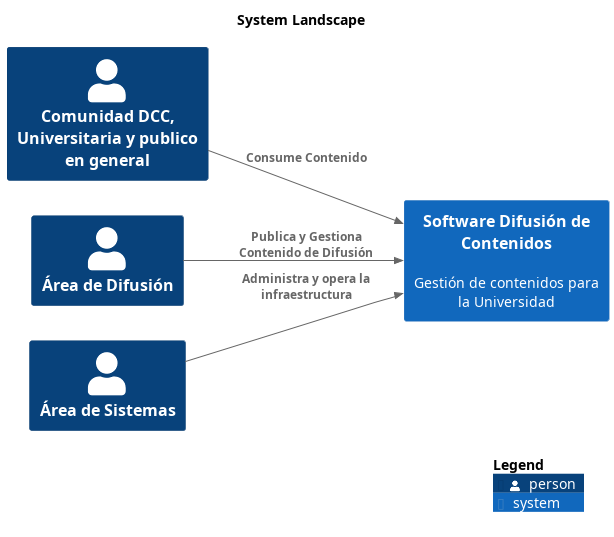
This is build/site/master/png/SystemLandscape-001.png from nbrx/c4-dcc-arq, a PlantUML export, as it was before one commit. The source it was exported from:
```plantuml
@startuml
set separator none
title System Landscape

left to right direction

!include <C4/C4>
!include <C4/C4_Context>

Person(ComunidadDCCUniversitariaypublicoengeneral, "Comunidad DCC, Universitaria y publico en general", "", $tags="")
Person(ÁreadeDifusión, "Área de Difusión", "", $tags="")
Person(ÁreadeSistemas, "Área de Sistemas", "", $tags="")
System(SoftwareDifusióndeContenidos, "Software Difusión de Contenidos", "Gestión de contenidos para la Universidad", $tags="")

Rel_D(ÁreadeDifusión, SoftwareDifusióndeContenidos, "Publica y Gestiona Contenido de Difusión", $tags="")
Rel_D(ÁreadeSistemas, SoftwareDifusióndeContenidos, "Administra y opera la infraestructura", $tags="")
Rel_D(ComunidadDCCUniversitariaypublicoengeneral, SoftwareDifusióndeContenidos, "Consume Contenido", $tags="")

SHOW_LEGEND(true)
@enduml
```
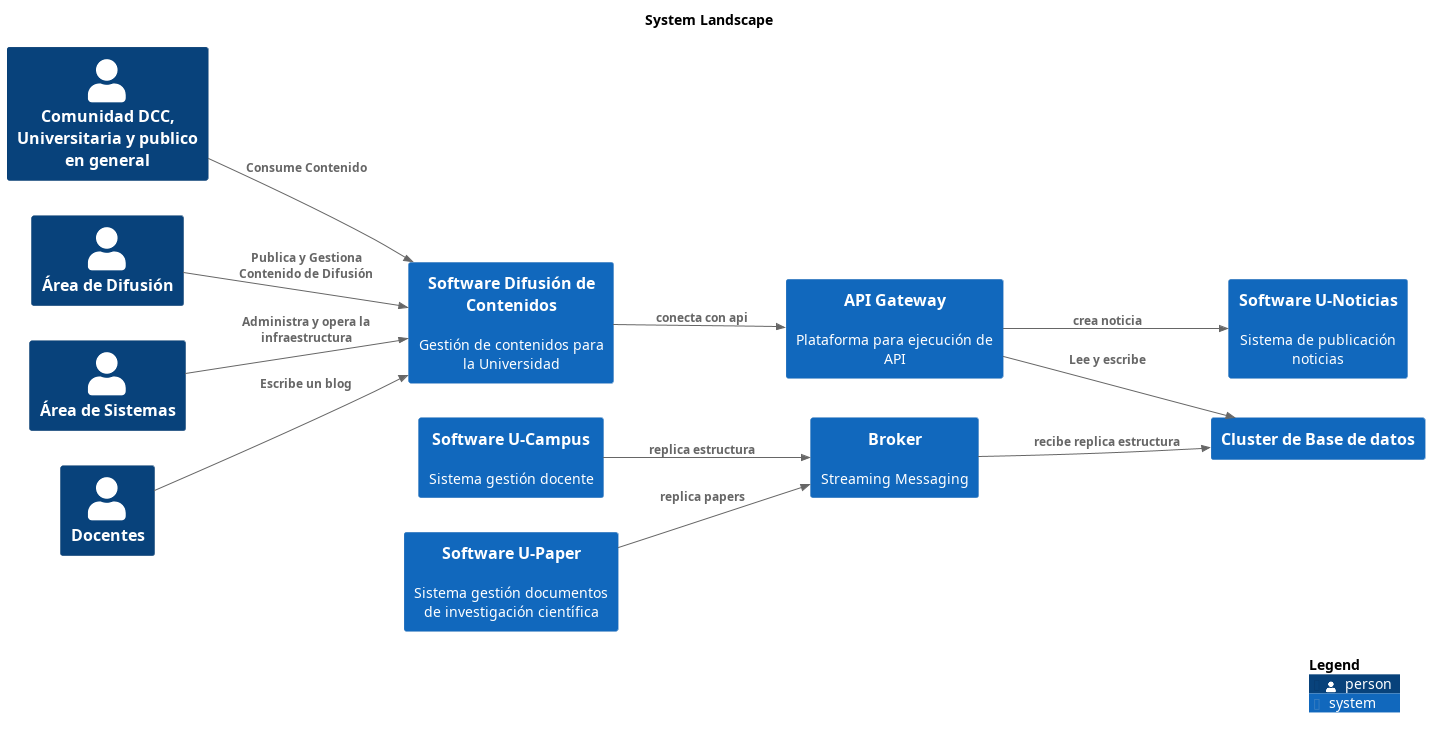
The same file after the commit.

Diff of the diagram source:
```diff
@@ -9,12 +9,26 @@
 
 Person(ComunidadDCCUniversitariaypublicoengeneral, "Comunidad DCC, Universitaria y publico en general", "", $tags="")
 Person(ÁreadeDifusión, "Área de Difusión", "", $tags="")
+System(SoftwareUNoticias, "Software U-Noticias", "Sistema de publicación noticias", $tags="")
+System(SoftwareUCampus, "Software U-Campus", "Sistema gestión docente", $tags="")
 Person(ÁreadeSistemas, "Área de Sistemas", "", $tags="")
+System(SoftwareUPaper, "Software U-Paper", "Sistema gestión documentos de investigación científica", $tags="")
+Person(Docentes, "Docentes", "", $tags="")
+System(APIGateway, "API Gateway", "Plataforma para ejecución de API", $tags="")
+System(ClusterdeBasededatos, "Cluster de Base de datos", "", $tags="")
 System(SoftwareDifusióndeContenidos, "Software Difusión de Contenidos", "Gestión de contenidos para la Universidad", $tags="")
+System(Broker, "Broker", "Streaming Messaging", $tags="")
 
+Rel_D(Broker, ClusterdeBasededatos, "recibe replica estructura", $tags="")
+Rel_D(SoftwareUCampus, Broker, "replica estructura", $tags="")
+Rel_D(SoftwareUPaper, Broker, "replica papers", $tags="")
+Rel_D(APIGateway, SoftwareUNoticias, "crea noticia", $tags="")
+Rel_D(ComunidadDCCUniversitariaypublicoengeneral, SoftwareDifusióndeContenidos, "Consume Contenido", $tags="")
+Rel_D(Docentes, SoftwareDifusióndeContenidos, "Escribe un blog", $tags="")
 Rel_D(ÁreadeDifusión, SoftwareDifusióndeContenidos, "Publica y Gestiona Contenido de Difusión", $tags="")
 Rel_D(ÁreadeSistemas, SoftwareDifusióndeContenidos, "Administra y opera la infraestructura", $tags="")
-Rel_D(ComunidadDCCUniversitariaypublicoengeneral, SoftwareDifusióndeContenidos, "Consume Contenido", $tags="")
+Rel_D(SoftwareDifusióndeContenidos, APIGateway, "conecta con api", $tags="")
+Rel_D(APIGateway, ClusterdeBasededatos, "Lee y escribe", $tags="")
 
 SHOW_LEGEND(true)
 @enduml
```
